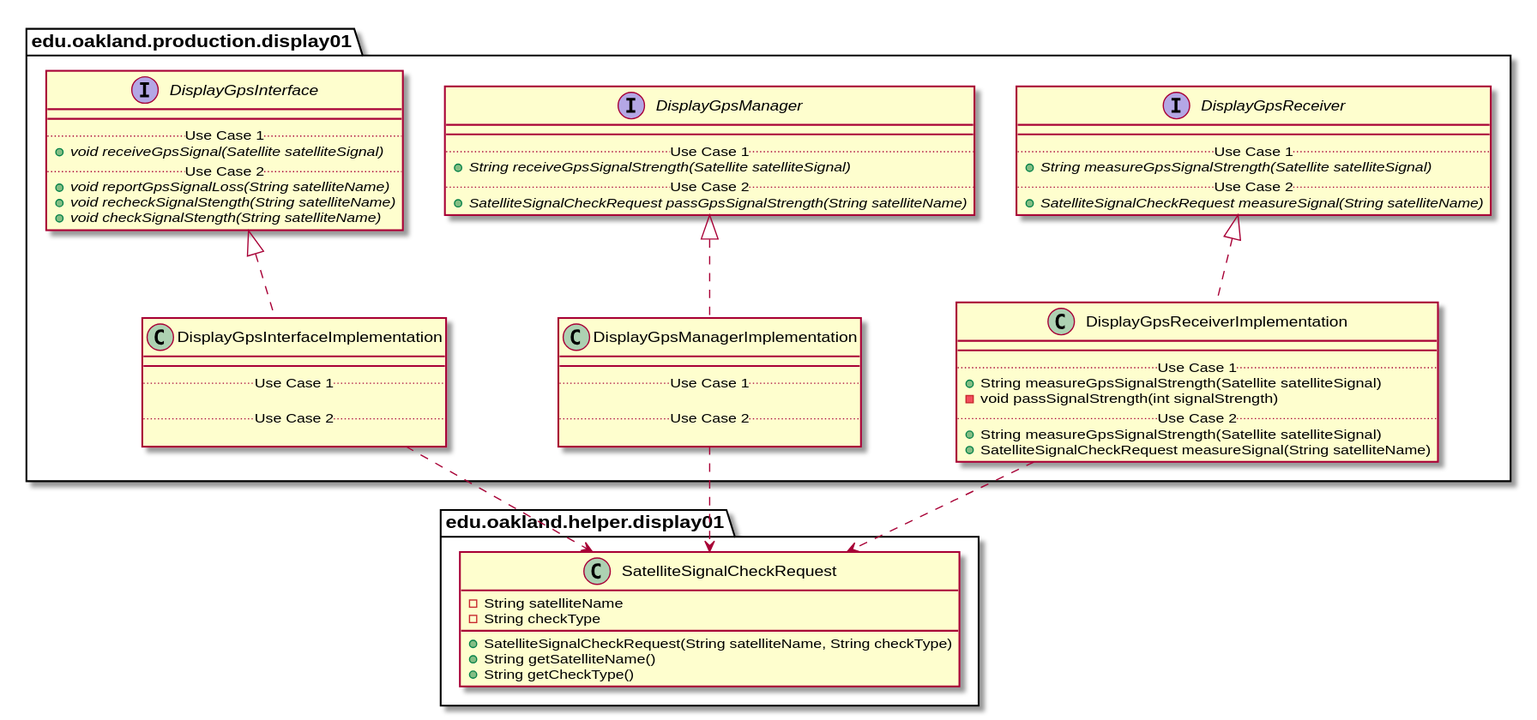
Above: docs/uml-class-diagrams/display01/production/Display01ProductionPackage_DirectDependencies.svg in andrewdimmer/csi-3370-software-project (PlantUML), before the change.
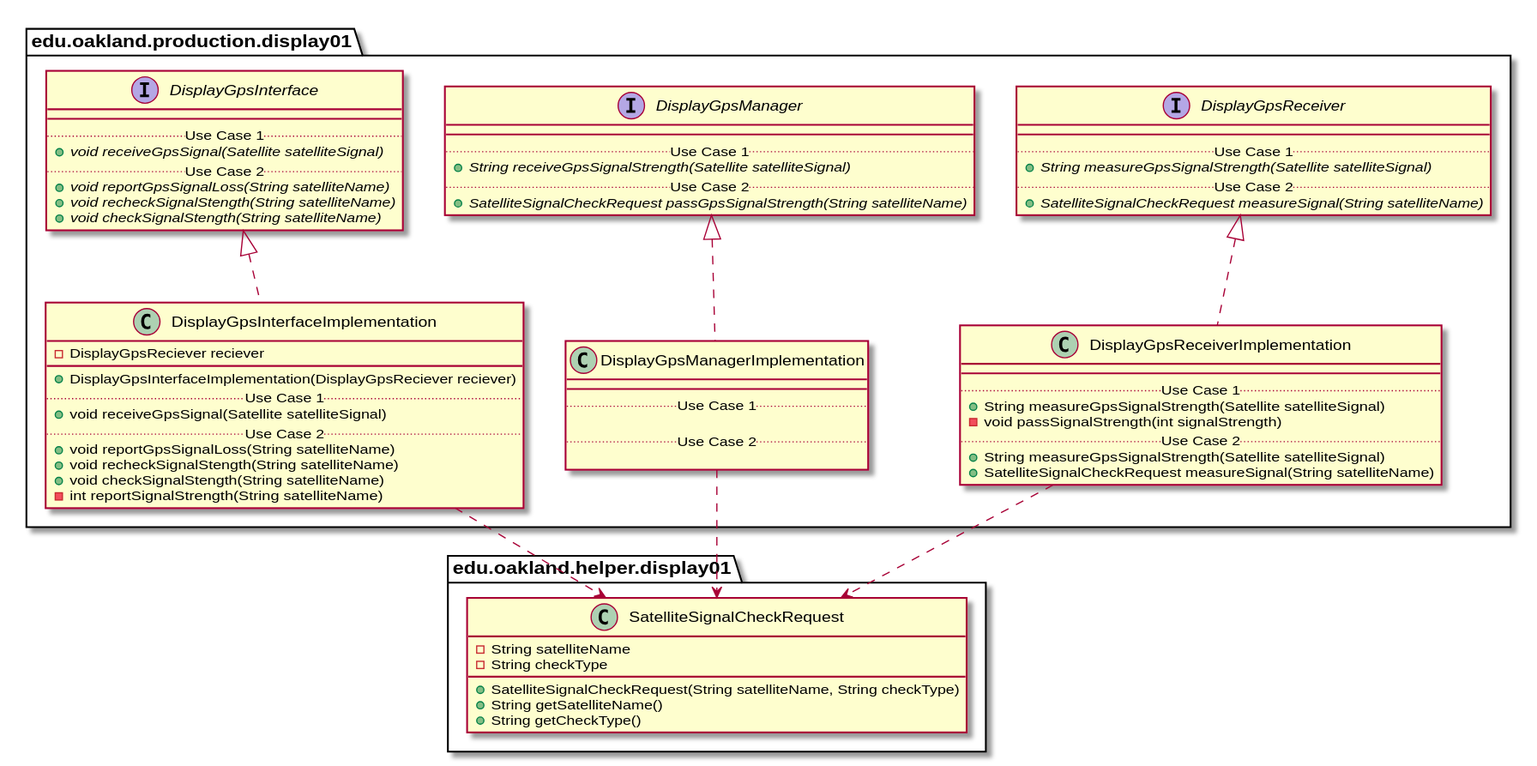
The same file after the commit.

Diff of the diagram source:
```diff
@@ -1,185 +1,93 @@
 @startuml Display01ProductionPackage_DirectDependencies
+
+package edu.oakland.production.display01 {
+
+}
+
+
+package edu.oakland.production.display01 {
+
+}
+
+
+package edu.oakland.production.display01 {
+    interface DisplayGpsInterface {
+        __
+        .. Use Case 1 ..
+        {abstract} + void receiveGpsSignal(Satellite satelliteSignal)
+        .. Use Case 2 ..
+        {abstract} + void reportGpsSignalLoss(String satelliteName)
+        {abstract} + void recheckSignalStength(String satelliteName)
+        {abstract} + void checkSignalStength(String satelliteName)
+    }
+}
+
+
+package edu.oakland.production.display01 {
+    interface DisplayGpsManager {
+        __
+        .. Use Case 1 ..
+        {abstract} + String receiveGpsSignalStrength(Satellite satelliteSignal)
+        .. Use Case 2 ..
+        {abstract} + SatelliteSignalCheckRequest passGpsSignalStrength(String satelliteName)
+    }
+}
+
+
+package edu.oakland.production.display01 {
+    interface DisplayGpsReceiver {
+        __
+        .. Use Case 1 ..
+        {abstract} + String measureGpsSignalStrength(Satellite satelliteSignal)
+        .. Use Case 2 ..
+        {abstract} + SatelliteSignalCheckRequest measureSignal(String satelliteName)
+    }
+}
 
 
 
 package edu.oakland.production.display01 {
-
-
-
+    class DisplayGpsInterfaceImplementation {
+        - DisplayGpsReciever reciever
+        __
+        + DisplayGpsInterfaceImplementation(DisplayGpsReciever reciever)
+        .. Use Case 1 ..
+        + void receiveGpsSignal(Satellite satelliteSignal)
+        .. Use Case 2 ..
+        + void reportGpsSignalLoss(String satelliteName)
+        + void recheckSignalStength(String satelliteName)
+        + void checkSignalStength(String satelliteName)
+        - int reportSignalStrength(String satelliteName)
+    }
 }
-
-
-
-
-
-package edu.oakland.production.display01 {
-
-
-
-}
-
-
-
-
-
-package edu.oakland.production.display01 {
-
-    interface DisplayGpsInterface {
-
-        __
-
-        .. Use Case 1 ..
-
-        {abstract} + void receiveGpsSignal(Satellite satelliteSignal)
-
-        .. Use Case 2 ..
-
-        {abstract} + void reportGpsSignalLoss(String satelliteName)
-
-        {abstract} + void recheckSignalStength(String satelliteName)
-
-        {abstract} + void checkSignalStength(String satelliteName)
-
-    }
-
-}
-
-
-
-
-
-package edu.oakland.production.display01 {
-
-    interface DisplayGpsManager {
-
-        __
-
-        .. Use Case 1 ..
-
-        {abstract} + String receiveGpsSignalStrength(Satellite satelliteSignal)
-
-        .. Use Case 2 ..
-
-        {abstract} + SatelliteSignalCheckRequest passGpsSignalStrength(String satelliteName)
-
-    }
-
-}
-
-
-
-
-
-package edu.oakland.production.display01 {
-
-    interface DisplayGpsReceiver {
-
-        __
-
-        .. Use Case 1 ..
-
-        {abstract} + String measureGpsSignalStrength(Satellite satelliteSignal)
-
-        .. Use Case 2 ..
-
-        {abstract} + SatelliteSignalCheckRequest measureSignal(String satelliteName)
-
-    }
-
-}
-
-
-
-
-
-
-
-package edu.oakland.production.display01 {
-
-    class DisplayGpsInterfaceImplementation {
-
-        - DisplayGpsReciever reciever
-
-        __
-
-        + DisplayGpsInterfaceImplementation(DisplayGpsReciever reciever)
-
-        .. Use Case 1 ..
-
-        + void receiveGpsSignal(Satellite satelliteSignal)
-
-        .. Use Case 2 ..
-
-        + void reportGpsSignalLoss(String satelliteName)
-
-        + void recheckSignalStength(String satelliteName)
-
-        + void checkSignalStength(String satelliteName)
-
-        - int reportSignalStrength(String satelliteName)
-
-    }
-
-}
-
-
-
 
 
 DisplayGpsInterfaceImplementation .up.|> DisplayGpsInterface
 
-
-
 package edu.oakland.production.display01 {
-
     class DisplayGpsManagerImplementation {
-
         __
-
         .. Use Case 1 ..
-
-
 
         .. Use Case 2 ..
 
-
-
     }
-
 }
-
-
-
 
 
 DisplayGpsManagerImplementation .up.|> DisplayGpsManager
 
-
-
 package edu.oakland.production.display01 {
-
     class DisplayGpsReceiverImplementation {
-
         __
-
         .. Use Case 1 ..
-
         + String measureGpsSignalStrength(Satellite satelliteSignal)
-
         - void passSignalStrength(int signalStrength)
-
         .. Use Case 2 ..
-
         + String measureGpsSignalStrength(Satellite satelliteSignal)
-
         + SatelliteSignalCheckRequest measureSignal(String satelliteName)
-
     }
-
 }
-
-
-
 
 
 DisplayGpsReceiverImplementation .up.|> DisplayGpsReceiver
@@ -188,36 +96,18 @@
 
 
 
-
-
-
-
-
-
 package edu.oakland.helper.display01 {
-
     class SatelliteSignalCheckRequest {
-
         - String satelliteName
-
         - String checkType
-
         + SatelliteSignalCheckRequest(String satelliteName, String checkType)
-
         + String getSatelliteName()
-
         + String getCheckType()
-
     }
-
 }
 
-
-
 DisplayGpsInterfaceImplementation ..> SatelliteSignalCheckRequest
-
 DisplayGpsManagerImplementation ..> SatelliteSignalCheckRequest
-
 DisplayGpsReceiverImplementation ..> SatelliteSignalCheckRequest
 
 
@@ -227,13 +117,4 @@
 
 
 
-
-
-
-
-
-
-
-
-
 @enduml
```
